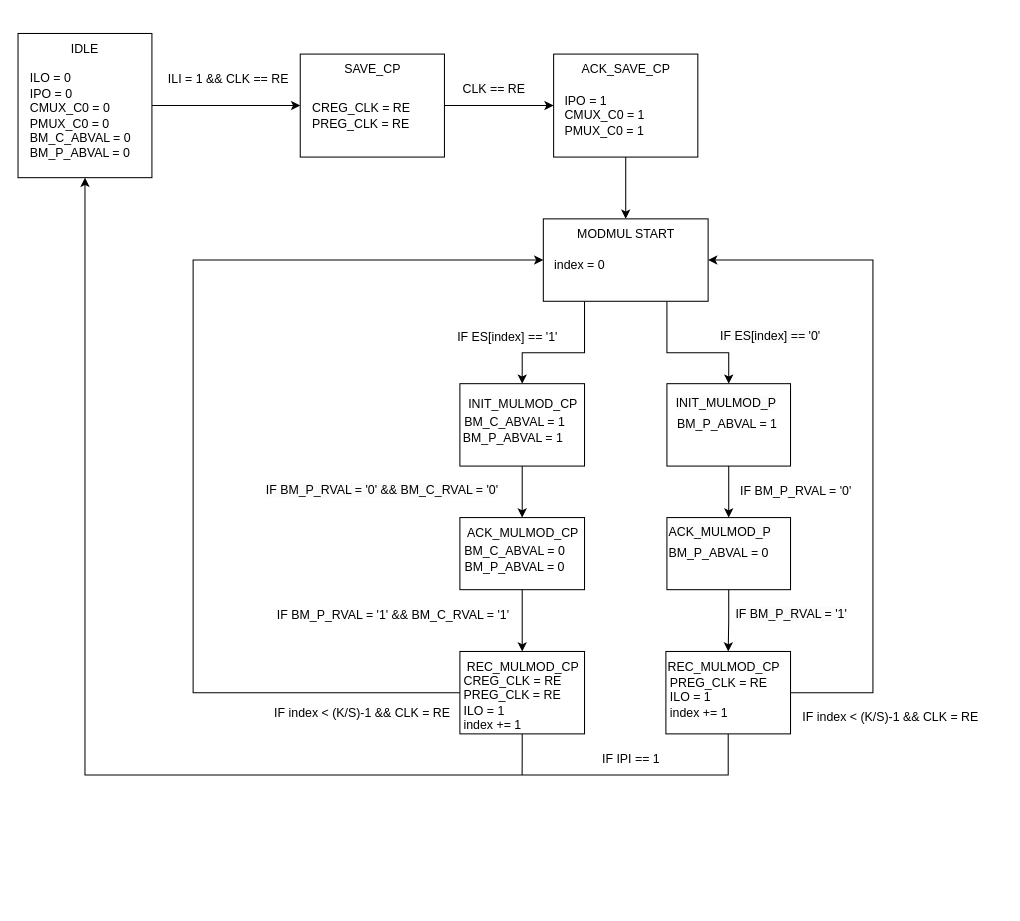
Heimvik/TFE4141 keeps this draw.io diagram as page "RSA_STAGE_MODULE" (1 of 2) of Microarchitecture/ControlStateDiagrams/CtrlStateDiagrams.drawio. Above is the earlier version. Source tidied: cells renumbered, new cells numbered last; positions are measured from the earlier drawing's top-left corner, leaving out a move shared by most shapes. Both pictures are drawn from the tidied source at 103%, with x=0, y=0 at pixel (18, 33).
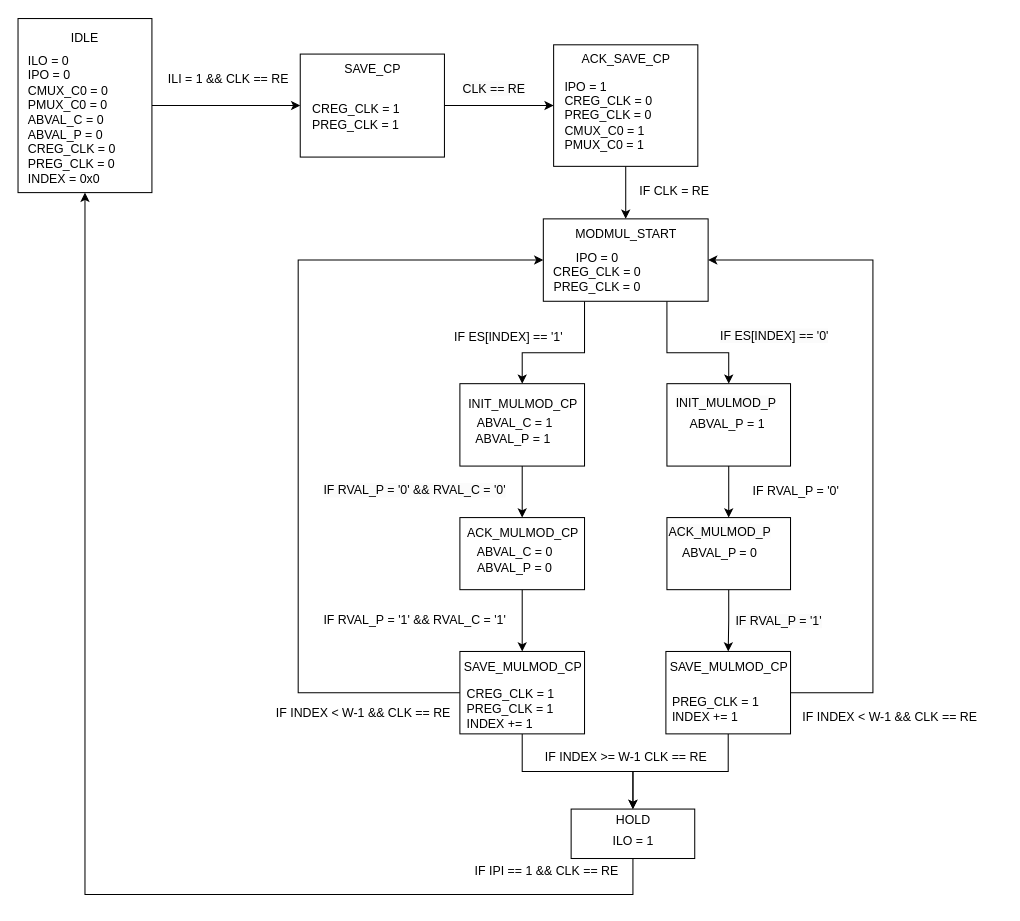
The same page after the edit.

The change refers to these unchanged cells:
```xml
<mxCell id="16" style="whiteSpace=wrap;html=1;" parent="1" vertex="1">
  <mxGeometry x="510" y="180" width="160" height="80" as="geometry" />
</mxCell>
<mxCell id="42" style="whiteSpace=wrap;html=1;" parent="1" vertex="1">
  <mxGeometry x="429" y="600" width="121" height="80" as="geometry" />
</mxCell>
<mxCell id="44" style="whiteSpace=wrap;html=1;" parent="1" vertex="1">
  <mxGeometry x="629" y="600" width="121" height="80" as="geometry" />
</mxCell>
```

Diff of the diagram source:
```diff
@@
     <mxCell id="3" style="whiteSpace=wrap;html=1;" parent="1" vertex="1">
-      <mxGeometry width="130" height="140" as="geometry" />
+      <mxGeometry y="-14.5" width="130" height="169" as="geometry" />
     </mxCell>
     <mxCell id="4" value="IDLE" style="text;html=1;align=center;verticalAlign=middle;whiteSpace=wrap;rounded=0;" parent="1" vertex="1">
-      <mxGeometry x="35" width="60" height="30" as="geometry" />
+      <mxGeometry x="35" y="-10" width="60" height="30" as="geometry" />
     </mxCell>
@@
-    <mxCell id="8" value="&lt;div&gt;&lt;span style=&quot;background-color: initial;&quot;&gt;ILO = 0&lt;/span&gt;&lt;br&gt;&lt;/div&gt;&lt;div&gt;IPO = 0&lt;/div&gt;CMUX_C0 = 0&lt;div&gt;PMUX_C0 = 0&lt;br&gt;BM_C_ABVAL = 0&lt;/div&gt;&lt;div&gt;BM_P_ABVAL = 0&lt;br&gt;&lt;/div&gt;" style="text;html=1;align=left;verticalAlign=middle;strokeColor=none;fillColor=none;" parent="1" vertex="1">
-      <mxGeometry x="10" y="30" width="120" height="100" as="geometry" />
+    <mxCell id="8" value="&lt;div&gt;&lt;span style=&quot;background-color: initial;&quot;&gt;ILO = 0&lt;/span&gt;&lt;br&gt;&lt;/div&gt;&lt;div&gt;IPO = 0&lt;/div&gt;CMUX_C0 = 0&lt;div&gt;PMUX_C0 = 0&lt;br&gt;ABVAL_C = 0&lt;/div&gt;&lt;div&gt;ABVAL_P = 0&lt;br&gt;&lt;/div&gt;&lt;div&gt;&lt;span style=&quot;text-align: center;&quot;&gt;CREG_CLK = 0&lt;/span&gt;&lt;br style=&quot;text-align: center;&quot;&gt;&lt;span style=&quot;text-align: center;&quot;&gt;PREG_CLK = 0&lt;br&gt;&lt;/span&gt;&lt;span style=&quot;text-align: center;&quot;&gt;INDEX = 0x0&lt;/span&gt;&lt;br&gt;&lt;/div&gt;" style="text;html=1;align=left;verticalAlign=middle;strokeColor=none;fillColor=none;" parent="1" vertex="1">
+      <mxGeometry x="8" y="12.5" width="103" height="142" as="geometry" />
     </mxCell>
-    <mxCell id="9" value="&lt;div&gt;&lt;span style=&quot;background-color: initial;&quot;&gt;CREG_CLK = RE&lt;/span&gt;&lt;br&gt;&lt;/div&gt;&lt;div&gt;PREG_CLK = RE&lt;/div&gt;" style="text;html=1;align=left;verticalAlign=middle;strokeColor=none;fillColor=none;" parent="1" vertex="1">
-      <mxGeometry x="284" y="60" width="120" height="40" as="geometry" />
+    <mxCell id="9" value="&lt;div&gt;&lt;span style=&quot;background-color: initial;&quot;&gt;CREG_CLK = 1&lt;/span&gt;&lt;br&gt;&lt;/div&gt;&lt;div&gt;PREG_CLK = 1&lt;/div&gt;" style="text;html=1;align=left;verticalAlign=middle;strokeColor=none;fillColor=none;" parent="1" vertex="1">
+      <mxGeometry x="284" y="60" width="103" height="41" as="geometry" />
     </mxCell>
@@
     <mxCell id="11" style="whiteSpace=wrap;html=1;" parent="1" vertex="1">
-      <mxGeometry x="520" y="20" width="140" height="100" as="geometry" />
+      <mxGeometry x="520" y="11" width="140" height="118" as="geometry" />
     </mxCell>
-    <mxCell id="12" value="IPO = 1&lt;div&gt;CMUX_C0 = 1&lt;/div&gt;&lt;div style=&quot;&quot;&gt;PMUX_C0 = 1&lt;/div&gt;" style="text;html=1;align=left;verticalAlign=middle;strokeColor=none;fillColor=none;" parent="1" vertex="1">
-      <mxGeometry x="529" y="50" width="100" height="60" as="geometry" />
+    <mxCell id="12" value="IPO = 1&lt;div&gt;&lt;div&gt;&lt;span style=&quot;background-color: initial;&quot;&gt;CREG_CLK = 0&lt;/span&gt;&lt;br&gt;&lt;/div&gt;&lt;div&gt;PREG_CLK = 0&lt;/div&gt;&lt;/div&gt;&lt;div&gt;CMUX_C0 = 1&lt;/div&gt;&lt;div style=&quot;&quot;&gt;PMUX_C0 = 1&lt;/div&gt;" style="text;html=1;align=left;verticalAlign=middle;strokeColor=none;fillColor=none;" parent="1" vertex="1">
+      <mxGeometry x="529" y="38" width="103" height="84" as="geometry" />
     </mxCell>
@@
-    <mxCell id="17" value="IF ES[index] == '1'" style="text;html=1;align=center;verticalAlign=middle;strokeColor=none;fillColor=none;" parent="1" vertex="1">
-      <mxGeometry x="415" y="280" width="120" height="30" as="geometry" />
+    <mxCell id="17" value="IF ES[INDEX] == '1'" style="text;html=1;align=center;verticalAlign=middle;strokeColor=none;fillColor=none;" parent="1" vertex="1">
+      <mxGeometry x="414" y="282" width="123" height="26" as="geometry" />
     </mxCell>
-    <mxCell id="18" value="&lt;span style=&quot;color: rgb(0, 0, 0); font-family: Helvetica; font-size: 12px; font-style: normal; font-variant-ligatures: normal; font-variant-caps: normal; font-weight: 400; letter-spacing: normal; orphans: 2; text-align: center; text-indent: 0px; text-transform: none; widows: 2; word-spacing: 0px; -webkit-text-stroke-width: 0px; white-space: nowrap; background-color: rgb(251, 251, 251); text-decoration-thickness: initial; text-decoration-style: initial; text-decoration-color: initial; display: inline !important; float: none;&quot;&gt;IF ES[index] == '0'&lt;/span&gt;" style="text;whiteSpace=wrap;html=1;" parent="1" vertex="1">
+    <mxCell id="18" value="&lt;span style=&quot;color: rgb(0, 0, 0); font-family: Helvetica; font-size: 12px; font-style: normal; font-variant-ligatures: normal; font-variant-caps: normal; font-weight: 400; letter-spacing: normal; orphans: 2; text-align: center; text-indent: 0px; text-transform: none; widows: 2; word-spacing: 0px; -webkit-text-stroke-width: 0px; white-space: nowrap; background-color: rgb(251, 251, 251); text-decoration-thickness: initial; text-decoration-style: initial; text-decoration-color: initial; display: inline !important; float: none;&quot;&gt;IF ES[INDEX] == '0'&lt;/span&gt;" style="text;whiteSpace=wrap;html=1;" parent="1" vertex="1">
       <mxGeometry x="680" y="280" width="120" height="40" as="geometry" />
     </mxCell>
@@
-    <mxCell id="23" value="BM_C_ABVAL = 1&lt;div&gt;BM_P_ABVAL = 1&amp;nbsp;&lt;br&gt;&lt;/div&gt;" style="text;html=1;align=center;verticalAlign=middle;strokeColor=none;fillColor=none;" parent="1" vertex="1">
-      <mxGeometry x="421.5" y="365" width="120" height="40" as="geometry" />
+    <mxCell id="23" value="ABVAL_C = 1&lt;br&gt;&lt;div&gt;&lt;span style=&quot;background-color: initial;&quot;&gt;ABVAL_P&amp;nbsp;&lt;/span&gt;= 1&amp;nbsp;&lt;br&gt;&lt;/div&gt;" style="text;html=1;align=center;verticalAlign=middle;strokeColor=none;fillColor=none;" parent="1" vertex="1">
+      <mxGeometry x="434.5" y="365" width="94" height="41" as="geometry" />
     </mxCell>
-    <mxCell id="24" value="BM_P_ABVAL = 1&amp;nbsp;" style="text;html=1;align=center;verticalAlign=middle;strokeColor=none;fillColor=none;" parent="1" vertex="1">
-      <mxGeometry x="630" y="365" width="120" height="30" as="geometry" />
+    <mxCell id="24" value="ABVAL_P&amp;nbsp;= 1&amp;nbsp;" style="text;html=1;align=center;verticalAlign=middle;strokeColor=none;fillColor=none;" parent="1" vertex="1">
+      <mxGeometry x="643" y="367" width="94" height="26" as="geometry" />
     </mxCell>
@@
     <mxCell id="27" style="edgeStyle=orthogonalEdgeStyle;rounded=0;jettySize=auto;html=1;entryX=0;entryY=0.5;entryDx=0;entryDy=0;exitX=0;exitY=0.5;exitDx=0;exitDy=0;" parent="1" edge="1" source="42" target="16">
       <mxGeometry relative="1" as="geometry">
         <Array as="points">
-          <mxPoint x="170" y="640" />
-          <mxPoint x="170" y="220" />
+          <mxPoint x="272" y="640" />
+          <mxPoint x="272" y="220" />
         </Array>
       </mxGeometry>
     </mxCell>
@@
-    <mxCell id="30" value="BM_C_ABVAL = 0&lt;div&gt;BM_P_ABVAL = 0&lt;/div&gt;" style="text;html=1;align=center;verticalAlign=middle;strokeColor=none;fillColor=none;" parent="1" vertex="1">
-      <mxGeometry x="421.5" y="490" width="120" height="40" as="geometry" />
+    <mxCell id="30" value="ABVAL_C = 0&lt;br&gt;&lt;div&gt;&lt;span style=&quot;background-color: initial;&quot;&gt;ABVAL_P&amp;nbsp;&lt;/span&gt;= 0&lt;/div&gt;" style="text;html=1;align=center;verticalAlign=middle;strokeColor=none;fillColor=none;" parent="1" vertex="1">
+      <mxGeometry x="436.5" y="490" width="91" height="41" as="geometry" />
     </mxCell>
@@
-    <mxCell id="34" value="BM_P_ABVAL = 0" style="text;html=1;align=center;verticalAlign=middle;strokeColor=none;fillColor=none;" parent="1" vertex="1">
-      <mxGeometry x="620" y="490" width="120" height="30" as="geometry" />
+    <mxCell id="34" value="ABVAL_P = 0" style="text;html=1;align=center;verticalAlign=middle;strokeColor=none;fillColor=none;" parent="1" vertex="1">
+      <mxGeometry x="635" y="492" width="91" height="26" as="geometry" />
     </mxCell>
@@
-    <mxCell id="38" value="IF index &amp;lt; (K/S)-1 &amp;amp;&amp;amp; CLK = RE" style="text;html=1;align=center;verticalAlign=middle;strokeColor=none;fillColor=none;" parent="1" vertex="1">
-      <mxGeometry x="239" y="645" width="190" height="30" as="geometry" />
+    <mxCell id="38" value="IF INDEX &amp;lt; W-1 &amp;amp;&amp;amp; CLK == RE" style="text;html=1;align=center;verticalAlign=middle;strokeColor=none;fillColor=none;" parent="1" vertex="1">
+      <mxGeometry x="241" y="647" width="188" height="26" as="geometry" />
     </mxCell>
-    <mxCell id="39" value="&lt;span style=&quot;text-align: center; text-wrap: nowrap;&quot;&gt;IF index &amp;lt; (K/S)-1 &amp;amp;&amp;amp; CLK = RE&lt;/span&gt;" style="text;whiteSpace=wrap;html=1;" parent="1" vertex="1">
+    <mxCell id="39" value="&lt;span style=&quot;text-align: center; text-wrap: nowrap;&quot;&gt;IF&amp;nbsp;&lt;/span&gt;&lt;span style=&quot;text-align: center; text-wrap: nowrap;&quot;&gt;INDEX &amp;lt; W-1&amp;nbsp;&lt;/span&gt;&lt;span style=&quot;text-align: center; text-wrap: nowrap;&quot;&gt;&amp;amp;&amp;amp; CLK == RE&lt;/span&gt;" style="text;whiteSpace=wrap;html=1;" parent="1" vertex="1">
       <mxGeometry x="760" y="650" width="130" height="40" as="geometry" />
     </mxCell>
-    <mxCell id="40" value="IF BM_P_RVAL = '1' &amp;amp;&amp;amp; BM_C_RVAL = '1'" style="text;html=1;align=center;verticalAlign=middle;strokeColor=none;fillColor=none;" parent="1" vertex="1">
-      <mxGeometry x="239" y="550" width="250" height="30" as="geometry" />
+    <mxCell id="40" value="IF RVAL_P&amp;nbsp;= '1' &amp;amp;&amp;amp; RVAL_C = '1'" style="text;html=1;align=center;verticalAlign=middle;strokeColor=none;fillColor=none;" parent="1" vertex="1">
+      <mxGeometry x="287" y="557" width="195" height="26" as="geometry" />
     </mxCell>
-    <mxCell id="41" style="edgeStyle=orthogonalEdgeStyle;rounded=0;jettySize=auto;html=1;exitX=0.5;exitY=1;exitDx=0;exitDy=0;endArrow=none;endFill=0;" parent="1" edge="1" source="42">
-      <mxGeometry relative="1" as="geometry">
-        <mxPoint x="489.4" y="720" as="targetPoint" />
-      </mxGeometry>
-    </mxCell>
+    <mxCell id="57" style="edgeStyle=orthogonalEdgeStyle;rounded=0;jettySize=auto;html=1;exitX=0.5;exitY=1;exitDx=0;exitDy=0;entryX=0.5;entryY=0;entryDx=0;entryDy=0;" parent="1" edge="1" source="42" target="60">
+      <mxGeometry relative="1" as="geometry" />
+    </mxCell>
@@
-    <mxCell id="43" value="REC_MULMOD_CP" style="text;html=1;align=center;verticalAlign=middle;strokeColor=none;fillColor=none;" parent="1" vertex="1">
-      <mxGeometry x="424.5" y="600" width="130" height="30" as="geometry" />
+    <mxCell id="43" value="SAVE_MULMOD_CP" style="text;html=1;align=center;verticalAlign=middle;strokeColor=none;fillColor=none;" parent="1" vertex="1">
+      <mxGeometry x="423.5" y="602" width="132" height="26" as="geometry" />
     </mxCell>
+    <mxCell id="58" style="edgeStyle=orthogonalEdgeStyle;rounded=0;jettySize=auto;html=1;exitX=0.5;exitY=1;exitDx=0;exitDy=0;entryX=0.5;entryY=1;entryDx=0;entryDy=0;" parent="1" edge="1" source="60" target="3">
+      <mxGeometry relative="1" as="geometry">
+        <Array as="points">
+          <mxPoint x="597" y="836" />
+          <mxPoint x="65" y="836" />
+        </Array>
+      </mxGeometry>
+    </mxCell>
+    <mxCell id="59" style="edgeStyle=orthogonalEdgeStyle;rounded=0;jettySize=auto;html=1;exitX=0.5;exitY=1;exitDx=0;exitDy=0;entryX=0.5;entryY=0;entryDx=0;entryDy=0;" parent="1" edge="1" source="44" target="60">
+      <mxGeometry relative="1" as="geometry" />
+    </mxCell>
@@
-    <mxCell id="45" value="&lt;div style=&quot;text-align: left;&quot;&gt;&lt;span style=&quot;background-color: initial;&quot;&gt;PREG_CLK = RE&lt;/span&gt;&lt;br&gt;&lt;/div&gt;&lt;div style=&quot;text-align: left;&quot;&gt;&lt;span style=&quot;text-align: center;&quot;&gt;ILO = 1&lt;/span&gt;&lt;br&gt;&lt;/div&gt;&lt;div style=&quot;text-align: left;&quot;&gt;index += 1&lt;br&gt;&lt;/div&gt;" style="text;html=1;align=center;verticalAlign=middle;strokeColor=none;fillColor=none;" parent="1" vertex="1">
-      <mxGeometry x="620" y="615" width="120" height="60" as="geometry" />
+    <mxCell id="45" value="&lt;div style=&quot;text-align: left;&quot;&gt;&lt;span style=&quot;background-color: initial;&quot;&gt;PREG_CLK = 1&lt;/span&gt;&lt;/div&gt;&lt;div style=&quot;text-align: left;&quot;&gt;INDEX += 1&lt;br&gt;&lt;/div&gt;" style="text;html=1;align=center;verticalAlign=middle;strokeColor=none;fillColor=none;" parent="1" vertex="1">
+      <mxGeometry x="626" y="635" width="102" height="41" as="geometry" />
     </mxCell>
-    <mxCell id="46" value="REC_MULMOD_CP" style="text;html=1;align=center;verticalAlign=middle;strokeColor=none;fillColor=none;" parent="1" vertex="1">
-      <mxGeometry x="620" y="600" width="130" height="30" as="geometry" />
+    <mxCell id="46" value="SAVE_MULMOD_CP" style="text;html=1;align=center;verticalAlign=middle;strokeColor=none;fillColor=none;" parent="1" vertex="1">
+      <mxGeometry x="623.5" y="602" width="132" height="26" as="geometry" />
     </mxCell>
-    <mxCell id="47" value="IF IPI == 1" style="text;html=1;align=center;verticalAlign=middle;strokeColor=none;fillColor=none;" parent="1" vertex="1">
-      <mxGeometry x="555" y="690" width="80" height="30" as="geometry" />
+    <mxCell id="47" value="IF INDEX &amp;gt;= W-1 CLK == RE" style="text;html=1;align=center;verticalAlign=middle;strokeColor=none;fillColor=none;" parent="1" vertex="1">
+      <mxGeometry x="502.5" y="690" width="175" height="26" as="geometry" />
     </mxCell>
-    <mxCell id="48" value="&lt;div style=&quot;text-align: left;&quot;&gt;CREG_CLK = RE&lt;/div&gt;&lt;div style=&quot;text-align: left;&quot;&gt;PREG_CLK = RE&lt;/div&gt;&lt;div style=&quot;text-align: left;&quot;&gt;&lt;span style=&quot;text-align: center;&quot;&gt;ILO = 1&lt;/span&gt;&lt;br&gt;index += 1&lt;br&gt;&lt;/div&gt;" style="text;html=1;align=center;verticalAlign=middle;strokeColor=none;fillColor=none;" parent="1" vertex="1">
-      <mxGeometry x="420" y="615" width="120" height="70" as="geometry" />
+    <mxCell id="48" value="&lt;div style=&quot;text-align: left;&quot;&gt;CREG_CLK = 1&lt;/div&gt;&lt;div style=&quot;text-align: left;&quot;&gt;PREG_CLK = 1&lt;/div&gt;&lt;div style=&quot;text-align: left;&quot;&gt;INDEX += 1&lt;br&gt;&lt;/div&gt;" style="text;html=1;align=center;verticalAlign=middle;strokeColor=none;fillColor=none;" parent="1" vertex="1">
+      <mxGeometry x="426" y="628" width="103" height="55" as="geometry" />
     </mxCell>
-    <mxCell id="49" style="edgeStyle=orthogonalEdgeStyle;rounded=0;jettySize=auto;html=1;exitX=0.5;exitY=1;exitDx=0;exitDy=0;entryX=0.5;entryY=1;entryDx=0;entryDy=0;" parent="1" edge="1" source="44" target="3">
-      <mxGeometry relative="1" as="geometry">
-        <Array as="points">
-          <mxPoint x="690" y="720" />
-          <mxPoint x="65" y="720" />
-        </Array>
-      </mxGeometry>
-    </mxCell>
@@
     <mxCell id="51" value="ACK_SAVE_CP" style="text;html=1;align=center;verticalAlign=middle;strokeColor=none;fillColor=none;" parent="1" vertex="1">
-      <mxGeometry x="534.5" y="20" width="110" height="30" as="geometry" />
+      <mxGeometry x="534.5" y="10" width="110" height="30" as="geometry" />
     </mxCell>
-    <mxCell id="52" value="MODMUL START" style="text;html=1;align=center;verticalAlign=middle;strokeColor=none;fillColor=none;" parent="1" vertex="1">
-      <mxGeometry x="529.5" y="180" width="120" height="30" as="geometry" />
+    <mxCell id="52" value="MODMUL_START" style="text;html=1;align=center;verticalAlign=middle;strokeColor=none;fillColor=none;" parent="1" vertex="1">
+      <mxGeometry x="531.5" y="182" width="116" height="26" as="geometry" />
     </mxCell>
-    <mxCell id="53" value="index = 0" style="text;html=1;align=center;verticalAlign=middle;strokeColor=none;fillColor=none;" parent="1" vertex="1">
-      <mxGeometry x="510" y="210" width="70" height="30" as="geometry" />
+    <mxCell id="53" value="&lt;div&gt;IPO = 0&lt;br&gt;&lt;/div&gt;&lt;div&gt;CREG_CLK = 0&lt;br&gt;PREG_CLK = 0&lt;br&gt;&lt;/div&gt;" style="text;html=1;align=center;verticalAlign=middle;strokeColor=none;fillColor=none;" parent="1" vertex="1">
+      <mxGeometry x="510" y="204" width="103" height="55" as="geometry" />
     </mxCell>
-    <mxCell id="54" value="&lt;span style=&quot;color: rgb(0, 0, 0); font-family: Helvetica; font-size: 12px; font-style: normal; font-variant-ligatures: normal; font-variant-caps: normal; font-weight: 400; letter-spacing: normal; orphans: 2; text-align: center; text-indent: 0px; text-transform: none; widows: 2; word-spacing: 0px; -webkit-text-stroke-width: 0px; white-space: nowrap; background-color: rgb(251, 251, 251); text-decoration-thickness: initial; text-decoration-style: initial; text-decoration-color: initial; display: inline !important; float: none;&quot;&gt;IF BM_P_RVAL = '1'&lt;/span&gt;" style="text;whiteSpace=wrap;html=1;" parent="1" vertex="1">
-      <mxGeometry x="695" y="550" width="260" height="40" as="geometry" />
+    <mxCell id="54" value="&lt;span style=&quot;color: rgb(0, 0, 0); font-family: Helvetica; font-size: 12px; font-style: normal; font-variant-ligatures: normal; font-variant-caps: normal; font-weight: 400; letter-spacing: normal; orphans: 2; text-align: center; text-indent: 0px; text-transform: none; widows: 2; word-spacing: 0px; -webkit-text-stroke-width: 0px; white-space: nowrap; background-color: rgb(251, 251, 251); text-decoration-thickness: initial; text-decoration-style: initial; text-decoration-color: initial; display: inline !important; float: none;&quot;&gt;IF RVAL_P = '1'&lt;/span&gt;" style="text;whiteSpace=wrap;html=1;" parent="1" vertex="1">
+      <mxGeometry x="695" y="557" width="260" height="40" as="geometry" />
     </mxCell>
-    <mxCell id="55" value="&lt;span style=&quot;color: rgb(0, 0, 0); font-family: Helvetica; font-size: 12px; font-style: normal; font-variant-ligatures: normal; font-variant-caps: normal; font-weight: 400; letter-spacing: normal; orphans: 2; text-align: center; text-indent: 0px; text-transform: none; widows: 2; word-spacing: 0px; -webkit-text-stroke-width: 0px; white-space: nowrap; background-color: rgb(251, 251, 251); text-decoration-thickness: initial; text-decoration-style: initial; text-decoration-color: initial; display: inline !important; float: none;&quot;&gt;IF BM_P_RVAL = '0' &amp;amp;&amp;amp; BM_C_RVAL = '0'&lt;/span&gt;" style="text;whiteSpace=wrap;html=1;" parent="1" vertex="1">
-      <mxGeometry x="239" y="430" width="260" height="40" as="geometry" />
+    <mxCell id="55" value="&lt;span style=&quot;color: rgb(0, 0, 0); font-family: Helvetica; font-size: 12px; font-style: normal; font-variant-ligatures: normal; font-variant-caps: normal; font-weight: 400; letter-spacing: normal; orphans: 2; text-align: center; text-indent: 0px; text-transform: none; widows: 2; word-spacing: 0px; -webkit-text-stroke-width: 0px; white-space: nowrap; background-color: rgb(251, 251, 251); text-decoration-thickness: initial; text-decoration-style: initial; text-decoration-color: initial; display: inline !important; float: none;&quot;&gt;IF RVAL_P = '0' &amp;amp;&amp;amp; RVAL_C&amp;nbsp;= '0'&lt;/span&gt;" style="text;whiteSpace=wrap;html=1;" parent="1" vertex="1">
+      <mxGeometry x="294.5" y="430" width="260" height="40" as="geometry" />
     </mxCell>
-    <mxCell id="56" value="IF BM_P_RVAL = '0'" style="text;html=1;align=center;verticalAlign=middle;strokeColor=none;fillColor=none;" parent="1" vertex="1">
-      <mxGeometry x="690" y="430" width="130" height="30" as="geometry" />
+    <mxCell id="56" value="IF RVAL_P = '0'" style="text;html=1;align=center;verticalAlign=middle;strokeColor=none;fillColor=none;" parent="1" vertex="1">
+      <mxGeometry x="704" y="432" width="102" height="26" as="geometry" />
     </mxCell>
+    <mxCell id="60" style="rounded=0;whiteSpace=wrap;html=1;" parent="1" vertex="1">
+      <mxGeometry x="537" y="753" width="120" height="48" as="geometry" />
+    </mxCell>
+    <mxCell id="61" value="ILO = 1&lt;div&gt;&lt;br/&gt;&lt;/div&gt;" style="text;html=1;align=center;verticalAlign=middle;strokeColor=none;fillColor=none;" parent="1" vertex="1">
+      <mxGeometry x="568" y="770" width="58" height="41" as="geometry" />
+    </mxCell>
+    <mxCell id="62" value="HOLD" style="text;html=1;align=center;verticalAlign=middle;strokeColor=none;fillColor=none;" parent="1" vertex="1">
+      <mxGeometry x="571.5" y="751" width="51" height="26" as="geometry" />
+    </mxCell>
+    <mxCell id="63" value="IF IPI == 1 &amp;amp;&amp;amp; CLK == RE" style="text;html=1;align=center;verticalAlign=middle;strokeColor=none;fillColor=none;" parent="1" vertex="1">
+      <mxGeometry x="434.5" y="801" width="157" height="26" as="geometry" />
+    </mxCell>
+    <mxCell id="64" value="IF CLK = RE" style="text;html=1;align=center;verticalAlign=middle;strokeColor=none;fillColor=none;" parent="1" vertex="1">
+      <mxGeometry x="594" y="140" width="86" height="26" as="geometry" />
+    </mxCell>
```
